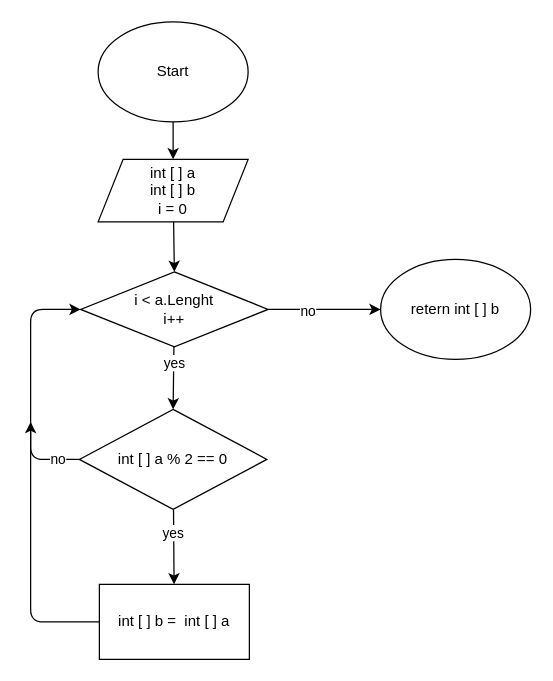
The draw.io diagram MethodEvenNumbers.drawio in BuldakovaOksana/FinalVerificationWork, before the edit. Source tidied: cells renumbered, new cells numbered last; positions are measured from the earlier drawing's top-left corner, leaving out a move shared by most shapes. Both pictures are drawn from the tidied source at 125%, with x=0, y=0 at pixel (30, 21).
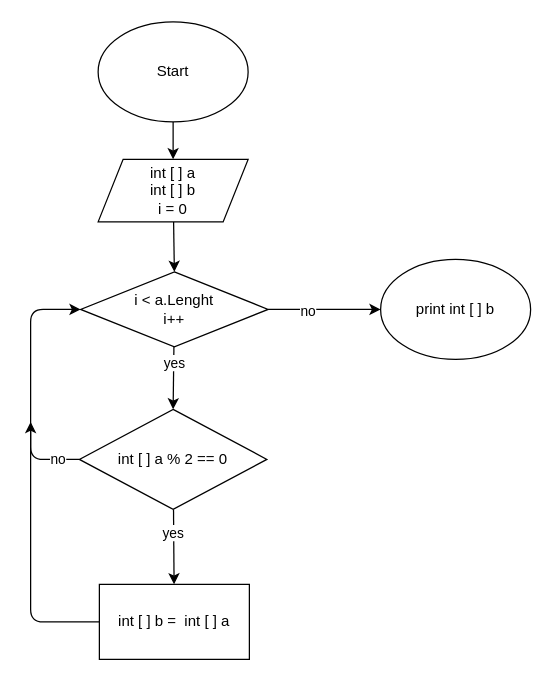
The same page after the edit.

Diff of the diagram source:
```diff
@@
-    <mxCell id="18" value="retern int [ ] b" style="ellipse;whiteSpace=wrap;html=1;" parent="1" vertex="1">
+    <mxCell id="18" value="print int [ ] b" style="ellipse;whiteSpace=wrap;html=1;" parent="1" vertex="1">
       <mxGeometry x="280" y="190" width="120" height="80" as="geometry" />
     </mxCell>
```
